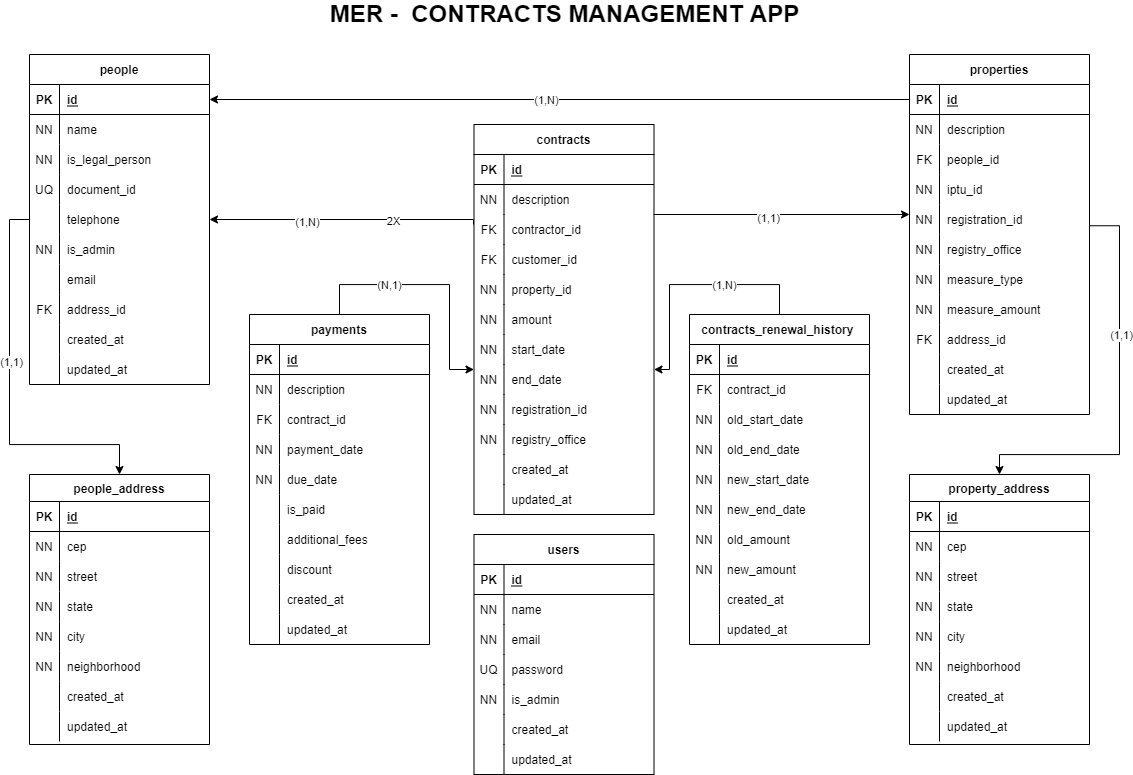
The draw.io diagram docs/ER_diagram.png in DaniloSouza19/contracts-management-api, before a commit. Source tidied: cells renumbered, new cells last; positions are measured from the earlier drawing's top-left corner, leaving out a move shared by most shapes.
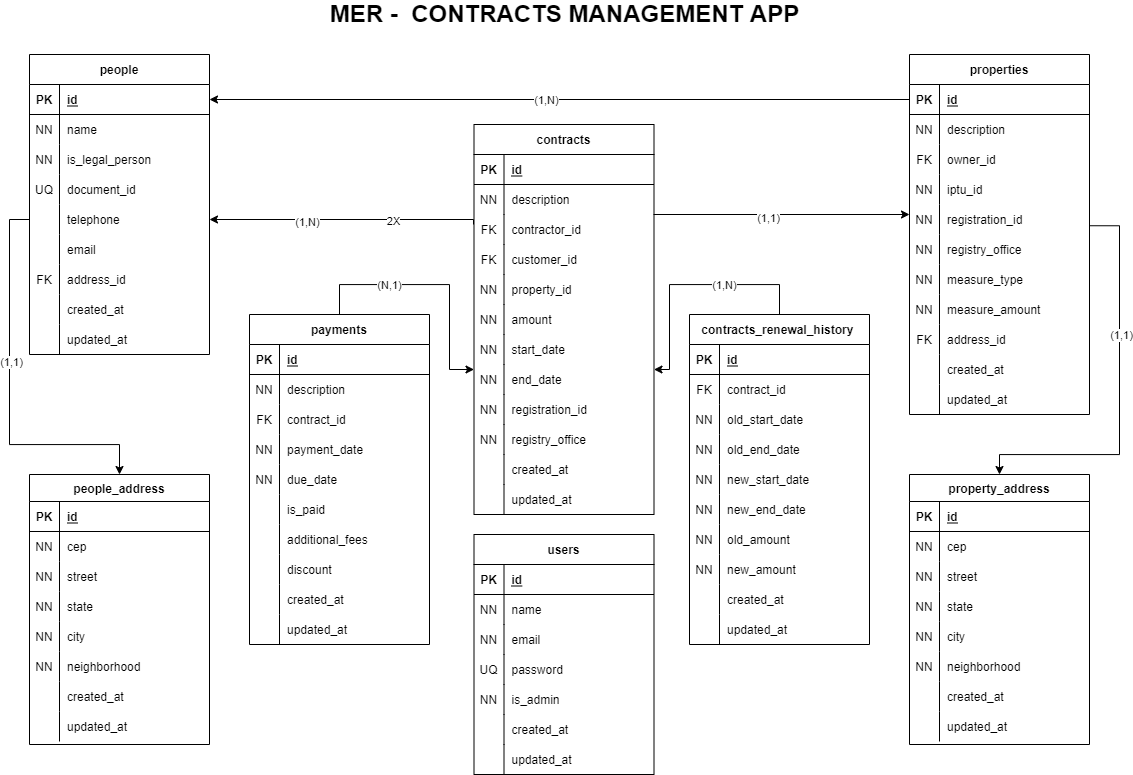
The same diagram one commit later.

Commit message:
change property name from entities

What changed in the source:
```diff
@@ -29,7 +29,7 @@
     <mxCell id="10" value="FK" style="shape=partialRectangle;fillColor=none;top=0;left=0;bottom=0;right=0;overflow=hidden;" parent="9" vertex="1">
       <mxGeometry width="30" height="30" as="geometry" />
     </mxCell>
-    <mxCell id="11" value="people_id" style="shape=partialRectangle;fillColor=none;top=0;left=0;bottom=0;right=0;align=left;spacingLeft=6;overflow=hidden;" parent="9" vertex="1">
+    <mxCell id="11" value="owner_id" style="shape=partialRectangle;fillColor=none;top=0;left=0;bottom=0;right=0;align=left;spacingLeft=6;overflow=hidden;" parent="9" vertex="1">
       <mxGeometry x="30" width="150" height="30" as="geometry" />
     </mxCell>
     <mxCell id="12" style="shape=partialRectangle;fillColor=none;top=0;left=0;bottom=0;right=0;" parent="2" vertex="1">
@@ -105,7 +105,7 @@
       <mxGeometry x="30" width="150" height="30" as="geometry" />
     </mxCell>
     <mxCell id="36" value="people" style="shape=table;startSize=30;rowLines=0;fontStyle=1;align=center;" parent="1" vertex="1">
-      <mxGeometry x="20" y="50" width="180" height="330" as="geometry" />
+      <mxGeometry x="20" y="50" width="180" height="300" as="geometry" />
     </mxCell>
     <mxCell id="37" style="shape=partialRectangle;fillColor=none;top=0;left=0;bottom=1;right=0;points=[[0,0.5],[1,0.5]];portConstraint=eastwest;" parent="36" vertex="1">
       <mxGeometry y="30" width="180" height="30" as="geometry" />
@@ -152,17 +152,8 @@
     <mxCell id="51" value="telephone" style="shape=partialRectangle;fillColor=none;top=0;left=0;bottom=0;right=0;align=left;spacingLeft=6;overflow=hidden;" parent="49" vertex="1">
       <mxGeometry x="30" width="150" height="30" as="geometry" />
     </mxCell>
-    <mxCell id="52" style="shape=partialRectangle;fillColor=none;top=0;left=0;bottom=0;right=0;" parent="36" vertex="1">
-      <mxGeometry y="180" width="180" height="30" as="geometry" />
-    </mxCell>
-    <mxCell id="53" value="NN" style="shape=partialRectangle;fillColor=none;top=0;left=0;bottom=0;right=0;overflow=hidden;" parent="52" vertex="1">
-      <mxGeometry width="30" height="30" as="geometry" />
-    </mxCell>
-    <mxCell id="54" value="is_admin" style="shape=partialRectangle;fillColor=none;top=0;left=0;bottom=0;right=0;align=left;spacingLeft=6;overflow=hidden;" parent="52" vertex="1">
-      <mxGeometry x="30" width="150" height="30" as="geometry" />
-    </mxCell>
     <mxCell id="55" style="shape=partialRectangle;fillColor=none;top=0;left=0;bottom=0;right=0;" parent="36" vertex="1">
-      <mxGeometry y="210" width="180" height="30" as="geometry" />
+      <mxGeometry y="180" width="180" height="30" as="geometry" />
     </mxCell>
     <mxCell id="56" style="shape=partialRectangle;fillColor=none;top=0;left=0;bottom=0;right=0;overflow=hidden;" parent="55" vertex="1">
       <mxGeometry width="30" height="30" as="geometry" />
@@ -171,7 +162,7 @@
       <mxGeometry x="30" width="150" height="30" as="geometry" />
     </mxCell>
     <mxCell id="58" style="shape=partialRectangle;fillColor=none;top=0;left=0;bottom=0;right=0;" parent="36" vertex="1">
-      <mxGeometry y="240" width="180" height="30" as="geometry" />
+      <mxGeometry y="210" width="180" height="30" as="geometry" />
     </mxCell>
     <mxCell id="59" value="FK" style="shape=partialRectangle;fillColor=none;top=0;left=0;bottom=0;right=0;overflow=hidden;" parent="58" vertex="1">
       <mxGeometry width="30" height="30" as="geometry" />
@@ -180,7 +171,7 @@
       <mxGeometry x="30" width="150" height="30" as="geometry" />
     </mxCell>
     <mxCell id="61" style="shape=partialRectangle;fillColor=none;top=0;left=0;bottom=0;right=0;" parent="36" vertex="1">
-      <mxGeometry y="270" width="180" height="30" as="geometry" />
+      <mxGeometry y="240" width="180" height="30" as="geometry" />
     </mxCell>
     <mxCell id="62" style="shape=partialRectangle;fillColor=none;top=0;left=0;bottom=0;right=0;overflow=hidden;" parent="61" vertex="1">
       <mxGeometry width="30" height="30" as="geometry" />
@@ -189,7 +180,7 @@
       <mxGeometry x="30" width="150" height="30" as="geometry" />
     </mxCell>
     <mxCell id="64" style="shape=partialRectangle;fillColor=none;top=0;left=0;bottom=0;right=0;" parent="36" vertex="1">
-      <mxGeometry y="300" width="180" height="30" as="geometry" />
+      <mxGeometry y="270" width="180" height="30" as="geometry" />
     </mxCell>
     <mxCell id="65" style="shape=partialRectangle;fillColor=none;top=0;left=0;bottom=0;right=0;overflow=hidden;" parent="64" vertex="1">
       <mxGeometry width="30" height="30" as="geometry" />
```
